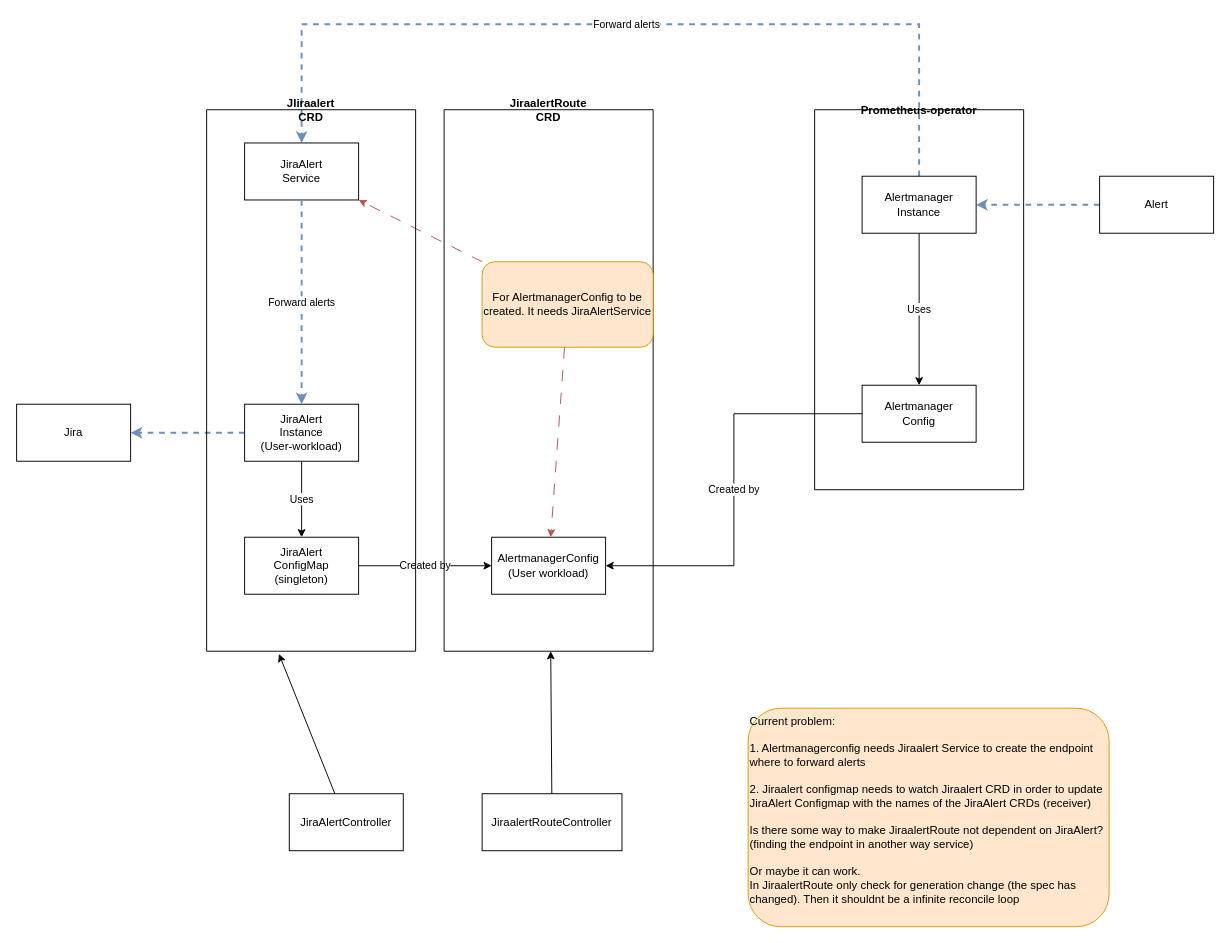
crikke/crikke keeps this draw.io diagram as Namnlöst diagram.drawio. Above is the earlier version. Source tidied: cells renumbered, new cells numbered last; positions are measured from the earlier drawing's top-left corner, leaving out a move shared by most shapes. Both pictures are drawn from the tidied source at 95%, with x=0, y=0 at pixel (16, 24).
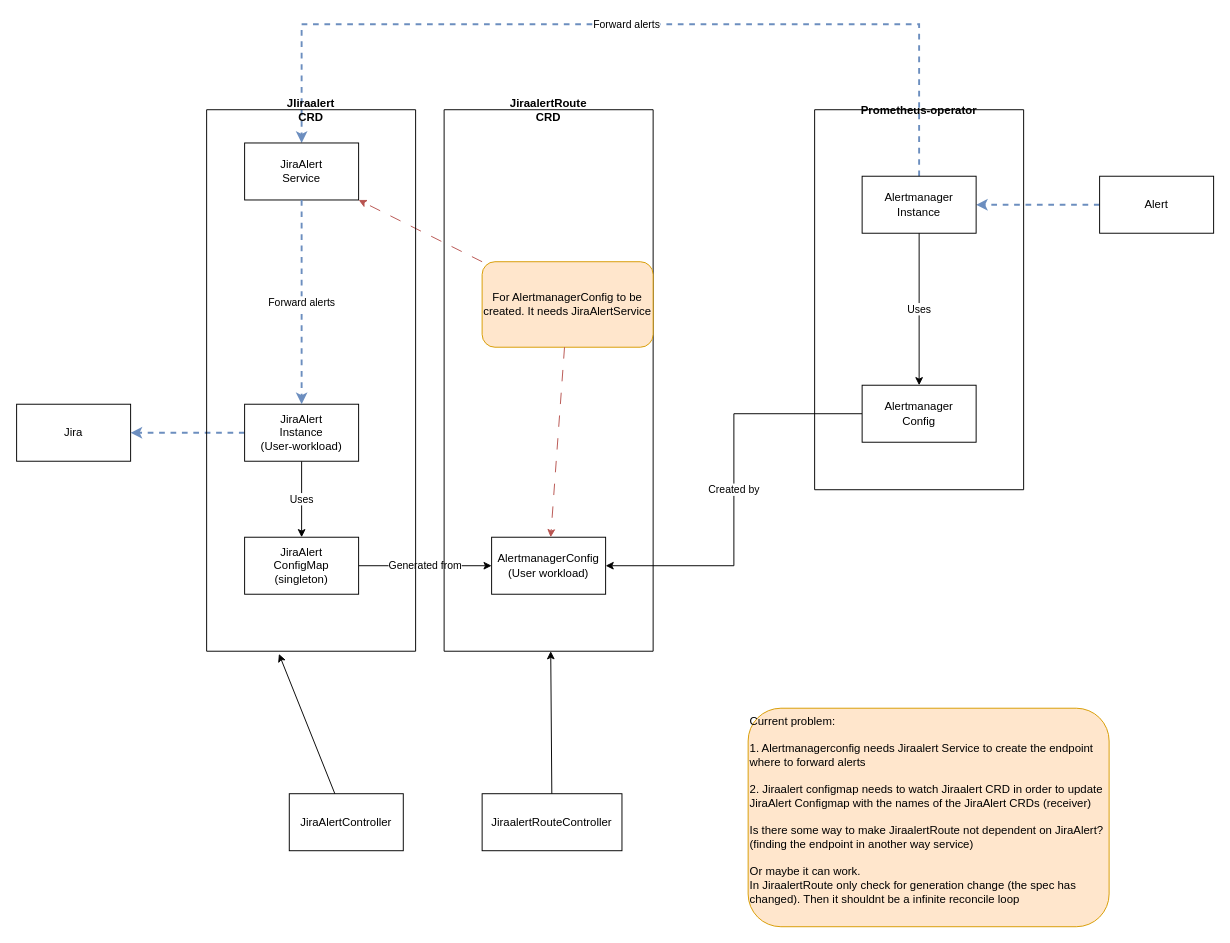
The same diagram, later.

The change refers to these unchanged cells:
```xml
<mxCell id="6" value="JiraAlert&lt;br&gt;ConfigMap&lt;br&gt;(singleton)" style="rounded=0;whiteSpace=wrap;html=1;" parent="1" vertex="1">
  <mxGeometry x="240" y="540" width="120" height="60" as="geometry" />
</mxCell>
<mxCell id="21" value="AlertmanagerConfig&lt;br&gt;(User workload)" style="rounded=0;whiteSpace=wrap;html=1;" parent="20" vertex="1">
  <mxGeometry x="50" y="450" width="120" height="60" as="geometry" />
</mxCell>
```

What changed in the source:
```diff
@@
-    <mxCell id="5" value="Created by" style="edgeStyle=orthogonalEdgeStyle;rounded=0;jettySize=auto;html=1;" parent="1" edge="1" source="6" target="21">
+    <mxCell id="5" value="Generated from" style="edgeStyle=orthogonalEdgeStyle;rounded=0;jettySize=auto;html=1;" parent="1" edge="1" source="6" target="21">
       <mxGeometry relative="1" as="geometry" />
     </mxCell>
```
